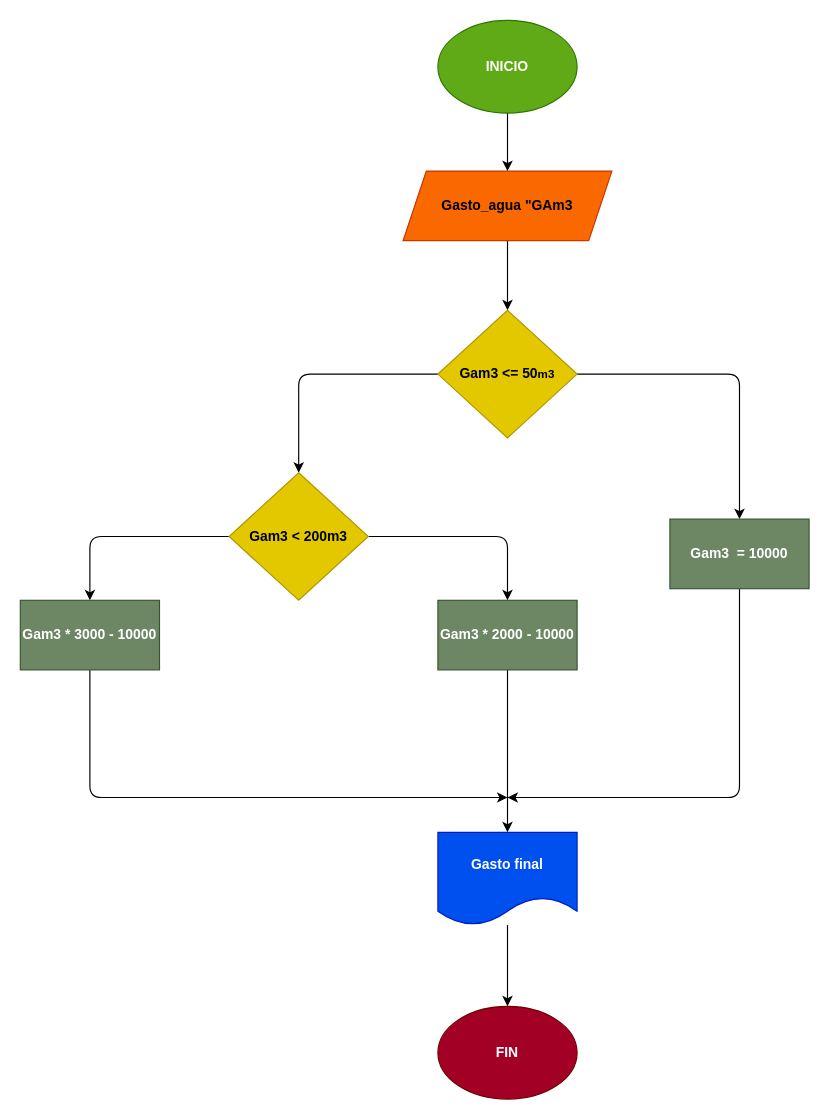
The draw.io diagram Carpeta 5/Diagrama.drawio in Animador-BJ/Taller-Condicional-, before the edit. Source tidied: cells renumbered, new cells numbered last; positions are measured from the earlier drawing's top-left corner, leaving out a move shared by most shapes. Both pictures are drawn from the tidied source at 116%, with x=0, y=0 at pixel (20, 20).
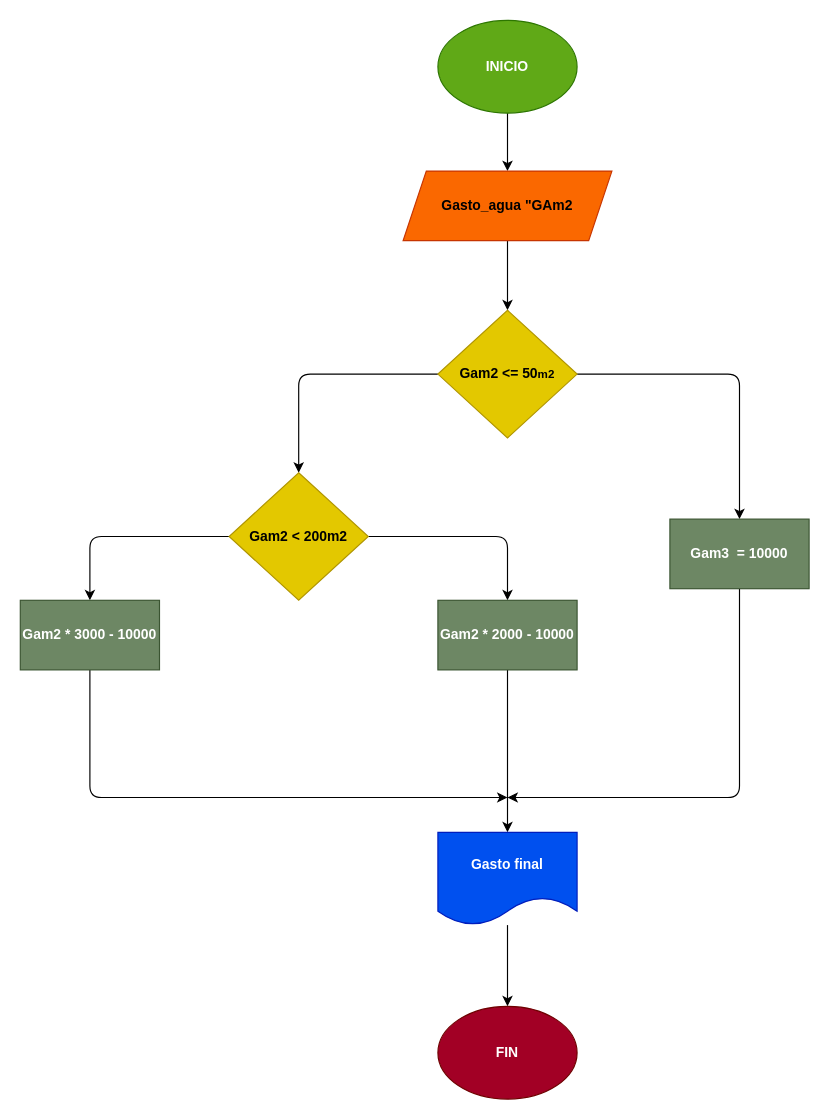
After the change.

Change to the diagram source:
```diff
@@
-    <mxCell id="5" value="&lt;b&gt;Gasto_agua &quot;GAm3&lt;/b&gt;" style="shape=parallelogram;perimeter=parallelogramPerimeter;whiteSpace=wrap;html=1;fixedSize=1;fillColor=#fa6800;strokeColor=#C73500;fontColor=#000000;" parent="1" vertex="1">
+    <mxCell id="5" value="&lt;b&gt;Gasto_agua &quot;GAm2&lt;/b&gt;" style="shape=parallelogram;perimeter=parallelogramPerimeter;whiteSpace=wrap;html=1;fixedSize=1;fillColor=#fa6800;strokeColor=#C73500;fontColor=#000000;" parent="1" vertex="1">
       <mxGeometry x="330" y="130" width="180" height="60" as="geometry" />
     </mxCell>
@@
-    <mxCell id="8" value="&lt;b&gt;Gam3 &amp;lt;= 50&lt;span style=&quot;font-size: 10px;&quot;&gt;m3&lt;/span&gt;&lt;/b&gt;" style="rhombus;whiteSpace=wrap;html=1;fillColor=#e3c800;strokeColor=#B09500;fontColor=#000000;" parent="1" vertex="1">
+    <mxCell id="8" value="&lt;b&gt;Gam2 &amp;lt;= 50&lt;span style=&quot;font-size: 10px;&quot;&gt;m2&lt;/span&gt;&lt;/b&gt;" style="rhombus;whiteSpace=wrap;html=1;fillColor=#e3c800;strokeColor=#B09500;fontColor=#000000;" parent="1" vertex="1">
       <mxGeometry x="360" y="250" width="120" height="110" as="geometry" />
     </mxCell>
@@
-    <mxCell id="13" value="&lt;b&gt;Gam3 &amp;lt; 200m3&lt;br&gt;&lt;/b&gt;" style="rhombus;whiteSpace=wrap;html=1;fillColor=#e3c800;strokeColor=#B09500;fontColor=#000000;" parent="1" vertex="1">
+    <mxCell id="13" value="&lt;b&gt;Gam2 &amp;lt; 200m2&lt;br&gt;&lt;/b&gt;" style="rhombus;whiteSpace=wrap;html=1;fillColor=#e3c800;strokeColor=#B09500;fontColor=#000000;" parent="1" vertex="1">
       <mxGeometry x="180" y="390" width="120" height="110" as="geometry" />
     </mxCell>
@@
-    <mxCell id="15" value="&lt;b&gt;Gam3 * 2000 - 10000&lt;/b&gt;" style="whiteSpace=wrap;html=1;fillColor=#6d8764;strokeColor=#3A5431;fontColor=#ffffff;" parent="1" vertex="1">
+    <mxCell id="15" value="&lt;b&gt;Gam2 * 2000 - 10000&lt;/b&gt;" style="whiteSpace=wrap;html=1;fillColor=#6d8764;strokeColor=#3A5431;fontColor=#ffffff;" parent="1" vertex="1">
       <mxGeometry x="360" y="500" width="120" height="60" as="geometry" />
     </mxCell>
@@
-    <mxCell id="17" value="&lt;b&gt;Gam3 * 3000 - 10000&lt;/b&gt;" style="whiteSpace=wrap;html=1;fillColor=#6d8764;strokeColor=#3A5431;fontColor=#ffffff;" parent="1" vertex="1">
+    <mxCell id="17" value="&lt;b&gt;Gam2 * 3000 - 10000&lt;/b&gt;" style="whiteSpace=wrap;html=1;fillColor=#6d8764;strokeColor=#3A5431;fontColor=#ffffff;" parent="1" vertex="1">
       <mxGeometry y="500" width="120" height="60" as="geometry" />
     </mxCell>
```
